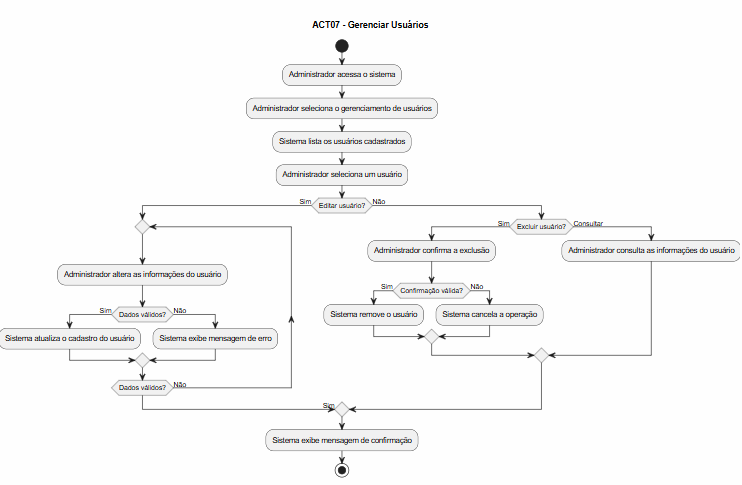
Nathan-Edu/Financa-Facil keeps this PlantUML diagram as docs/modelagem/atividades/act07-gerenciar-usuarios.png. Above is the earlier version. Its source is kept beside it as docs/modelagem/atividades/act07-gerenciar-usuarios.puml. The source it was exported from:
```plantuml
@startuml

title ACT07 - Gerenciar Usuários

start

:Administrador acessa o sistema;
:Administrador seleciona o gerenciamento de usuários;
:Sistema lista os usuários cadastrados;
:Administrador seleciona um usuário;

if (Editar usuário?) then (Sim)

  repeat
    :Administrador altera as informações do usuário;

    if (Dados válidos?) then (Sim)
      :Sistema atualiza o cadastro do usuário;
    else (Não)
      :Sistema exibe mensagem de erro;
    endif

  repeat while (Dados válidos?) is (Não)
  -> Sim;

else (Não)

  if (Excluir usuário?) then (Sim)

    :Administrador confirma a exclusão;

    if (Confirmação válida?) then (Sim)
      :Sistema remove o usuário;
    else (Não)
      :Sistema cancela a operação;
    endif

  else (Consultar)

    :Administrador consulta as informações do usuário;

  endif

endif

:Sistema exibe mensagem de confirmação;

stop

@enduml
```
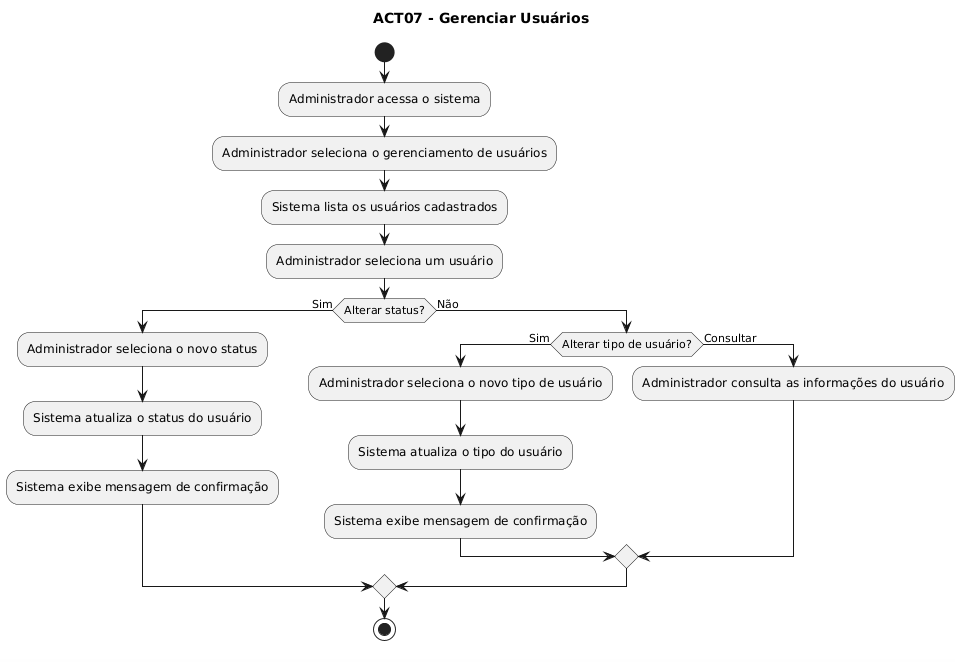
The same file after the commit.

Diff of the diagram source:
```diff
@@ -9,31 +9,19 @@
 :Sistema lista os usuários cadastrados;
 :Administrador seleciona um usuário;
 
-if (Editar usuário?) then (Sim)
+if (Alterar status?) then (Sim)
 
-  repeat
-    :Administrador altera as informações do usuário;
-
-    if (Dados válidos?) then (Sim)
-      :Sistema atualiza o cadastro do usuário;
-    else (Não)
-      :Sistema exibe mensagem de erro;
-    endif
-
-  repeat while (Dados válidos?) is (Não)
-  -> Sim;
+  :Administrador seleciona o novo status;
+  :Sistema atualiza o status do usuário;
+  :Sistema exibe mensagem de confirmação;
 
 else (Não)
 
-  if (Excluir usuário?) then (Sim)
+  if (Alterar tipo de usuário?) then (Sim)
 
-    :Administrador confirma a exclusão;
-
-    if (Confirmação válida?) then (Sim)
-      :Sistema remove o usuário;
-    else (Não)
-      :Sistema cancela a operação;
-    endif
+    :Administrador seleciona o novo tipo de usuário;
+    :Sistema atualiza o tipo do usuário;
+    :Sistema exibe mensagem de confirmação;
 
   else (Consultar)
 
@@ -43,8 +31,6 @@
 
 endif
 
-:Sistema exibe mensagem de confirmação;
-
 stop
 
 @enduml
```
